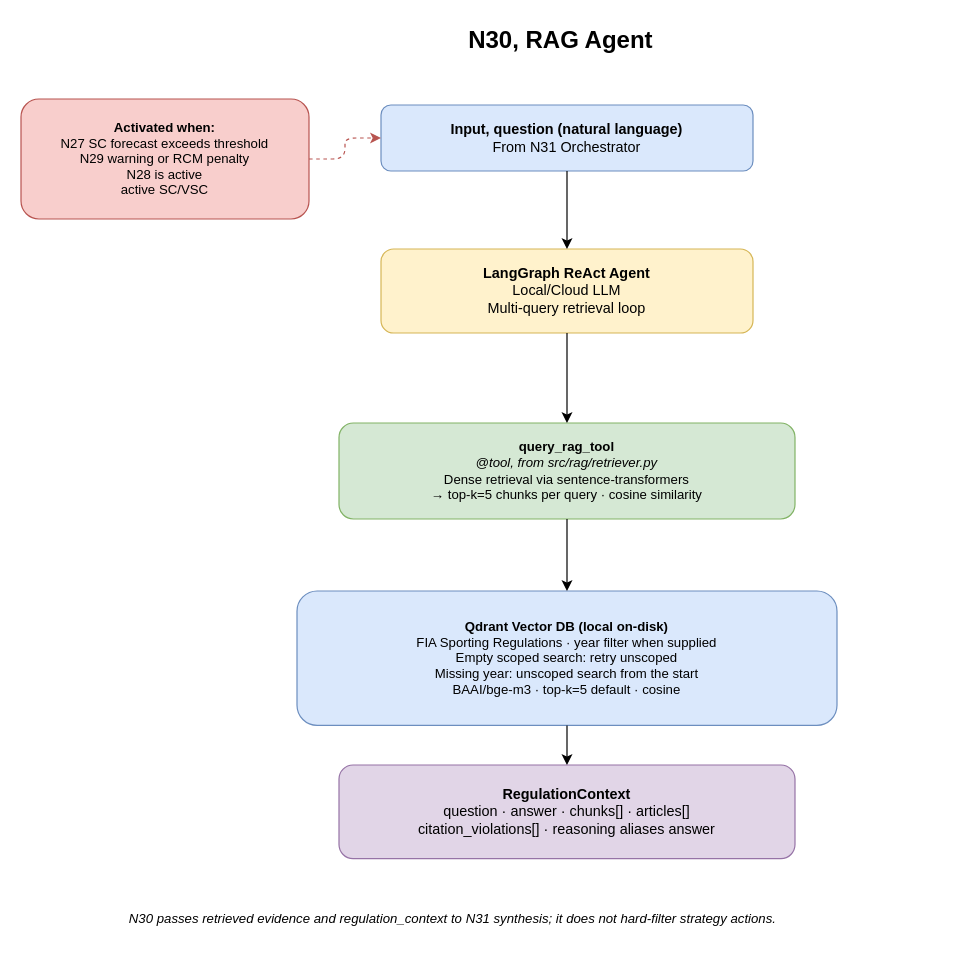
Earlier version of the draw.io diagram documents/dev_docs/diagrams/agents/N30_rag_agent.drawio (VforVitorio/F1-StratLab). Source tidied: cells renumbered, new cells numbered last; positions are measured from the earlier drawing's top-left corner, leaving out a move shared by most shapes. Both pictures are drawn from the tidied source at 120%, with x=0, y=0 at pixel (20, 20).
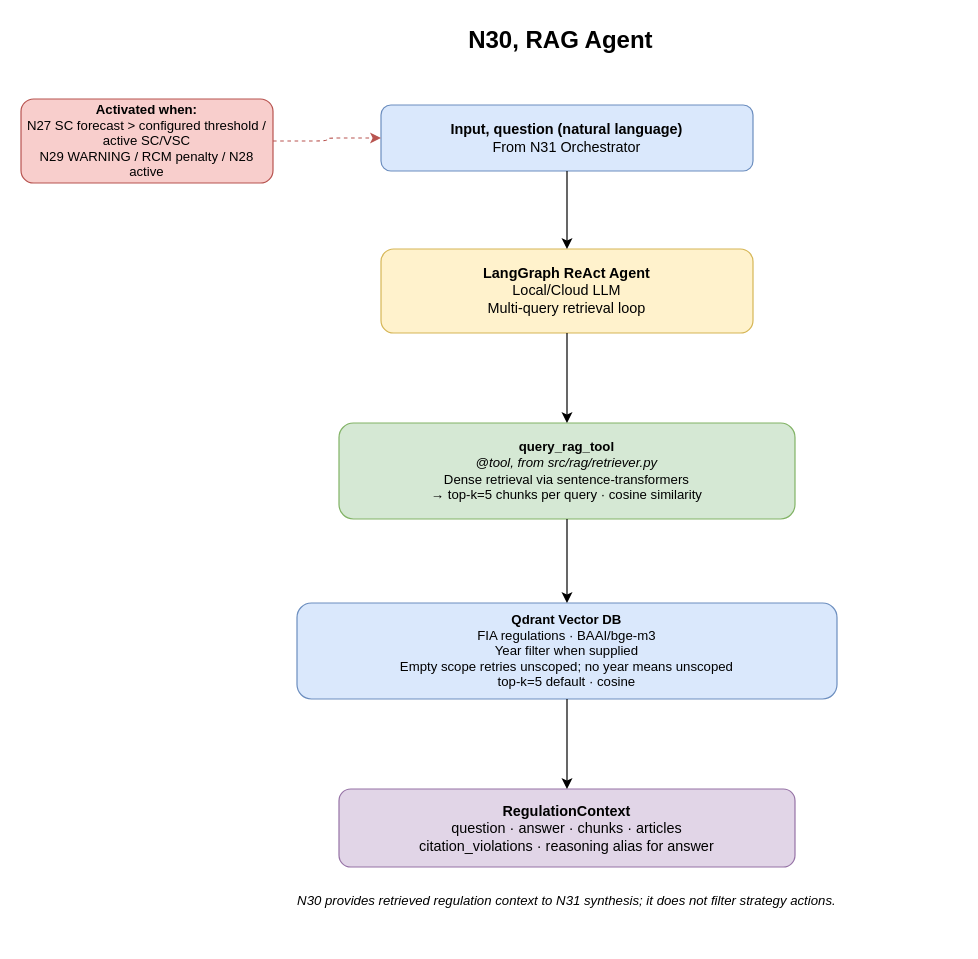
Above is the later version.

Change to the diagram source:
```diff
@@
 <mxGraphModel>
   <root>
     <mxCell id="0" />
     <mxCell id="1" parent="0" />
     <mxCell id="2" value="N30, RAG Agent" style="text;html=1;strokeColor=none;fillColor=none;align=center;verticalAlign=middle;whiteSpace=wrap;fontSize=20;fontStyle=1;" parent="1" vertex="1">
       <mxGeometry x="250" width="400" height="30" as="geometry" />
     </mxCell>
-    <mxCell id="3" value="&lt;b&gt;Activated when:&lt;/b&gt;&lt;br/&gt;N27 SC forecast exceeds threshold&lt;br/&gt;N29 warning or RCM penalty&lt;br/&gt;N28 is active&lt;br/&gt;active SC/VSC" style="rounded=1;whiteSpace=wrap;html=1;fillColor=#f8cecc;strokeColor=#b85450;fontSize=11;" parent="1" vertex="1">
-      <mxGeometry y="65" width="240" height="100" as="geometry" />
+    <mxCell id="3" value="&lt;b&gt;Activated when:&lt;/b&gt;&lt;br/&gt;N27 SC forecast &gt; configured threshold / active SC/VSC&lt;br/&gt;N29 WARNING / RCM penalty / N28 active" style="rounded=1;whiteSpace=wrap;html=1;fillColor=#f8cecc;strokeColor=#b85450;fontSize=11;" parent="1" vertex="1">
+      <mxGeometry y="65" width="210" height="70" as="geometry" />
     </mxCell>
     <mxCell id="4" value="&lt;b&gt;Input, question (natural language)&lt;/b&gt;&lt;br/&gt;From N31 Orchestrator" style="rounded=1;whiteSpace=wrap;html=1;fillColor=#dae8fc;strokeColor=#6c8ebf;" parent="1" vertex="1">
       <mxGeometry x="300" y="70" width="310" height="55" as="geometry" />
     </mxCell>
     <mxCell id="5" value="&lt;b&gt;LangGraph ReAct Agent&lt;/b&gt;&lt;br/&gt;Local/Cloud LLM&lt;br/&gt;Multi-query retrieval loop" style="rounded=1;whiteSpace=wrap;html=1;fillColor=#fff2cc;strokeColor=#d6b656;" parent="1" vertex="1">
       <mxGeometry x="300" y="190" width="310" height="70" as="geometry" />
     </mxCell>
     <mxCell id="6" value="&lt;b&gt;query_rag_tool&lt;/b&gt;&lt;br/&gt;&lt;i&gt;@tool, from src/rag/retriever.py&lt;/i&gt;&lt;br/&gt;Dense retrieval via sentence-transformers&lt;br/&gt;→ top-k=5 chunks per query · cosine similarity" style="rounded=1;whiteSpace=wrap;html=1;fillColor=#d5e8d4;strokeColor=#82b366;fontSize=11;" parent="1" vertex="1">
       <mxGeometry x="265" y="335" width="380" height="80" as="geometry" />
     </mxCell>
-    <mxCell id="7" value="&lt;b&gt;Qdrant Vector DB (local on-disk)&lt;/b&gt;&lt;br/&gt;FIA Sporting Regulations · year filter when supplied&lt;br/&gt;Empty scoped search: retry unscoped&lt;br/&gt;Missing year: unscoped search from the start&lt;br/&gt;BAAI/bge-m3 · top-k=5 default · cosine" style="rounded=1;whiteSpace=wrap;html=1;fillColor=#dae8fc;strokeColor=#6c8ebf;fontSize=11;" parent="1" vertex="1">
-      <mxGeometry x="230" y="475" width="450" height="112" as="geometry" />
+    <mxCell id="7" value="&lt;b&gt;Qdrant Vector DB&lt;/b&gt;&lt;br/&gt;FIA regulations · BAAI/bge-m3&lt;br/&gt;Year filter when supplied&lt;br/&gt;Empty scope retries unscoped; no year means unscoped&lt;br/&gt;top-k=5 default · cosine" style="rounded=1;whiteSpace=wrap;html=1;fillColor=#dae8fc;strokeColor=#6c8ebf;fontSize=11;" parent="1" vertex="1">
+      <mxGeometry x="230" y="485" width="450" height="80" as="geometry" />
     </mxCell>
-    <mxCell id="8" value="&lt;b&gt;RegulationContext&lt;/b&gt;&lt;br/&gt;question · answer · chunks[] · articles[]&lt;br/&gt;citation_violations[] · reasoning aliases answer" style="rounded=1;whiteSpace=wrap;html=1;fillColor=#e1d5e7;strokeColor=#9673a6;" parent="1" vertex="1">
-      <mxGeometry x="265" y="620" width="380" height="78" as="geometry" />
+    <mxCell id="8" value="&lt;b&gt;RegulationContext&lt;/b&gt;&lt;br/&gt;question · answer · chunks · articles&lt;br/&gt;citation_violations · reasoning alias for answer" style="rounded=1;whiteSpace=wrap;html=1;fillColor=#e1d5e7;strokeColor=#9673a6;" parent="1" vertex="1">
+      <mxGeometry x="265" y="640" width="380" height="65" as="geometry" />
     </mxCell>
-    <mxCell id="9" value="N30 passes retrieved evidence and regulation_context to N31 synthesis; it does not hard-filter strategy actions." style="text;html=1;strokeColor=none;fillColor=none;align=center;fontStyle=2;fontSize=11;whiteSpace=wrap;" parent="1" vertex="1">
-      <mxGeometry x="40" y="735" width="640" height="30" as="geometry" />
+    <mxCell id="9" value="N30 provides retrieved regulation context to N31 synthesis; it does not filter strategy actions." style="text;html=1;strokeColor=none;fillColor=none;align=center;fontStyle=2;fontSize=11;whiteSpace=wrap;" parent="1" vertex="1">
+      <mxGeometry x="130" y="720" width="650" height="20" as="geometry" />
     </mxCell>
     <mxCell id="10" style="edgeStyle=orthogonalEdgeStyle;dashed=1;strokeColor=#b85450;" parent="1" edge="1" source="3" target="4">
       <mxGeometry relative="1" as="geometry" />
     </mxCell>
     <mxCell id="11" style="edgeStyle=orthogonalEdgeStyle;" parent="1" edge="1" source="4" target="5">
       <mxGeometry relative="1" as="geometry" />
     </mxCell>
     <mxCell id="12" style="edgeStyle=orthogonalEdgeStyle;" parent="1" edge="1" source="5" target="6">
       <mxGeometry relative="1" as="geometry" />
     </mxCell>
     <mxCell id="13" style="edgeStyle=orthogonalEdgeStyle;" parent="1" edge="1" source="6" target="7">
       <mxGeometry relative="1" as="geometry" />
     </mxCell>
     <mxCell id="14" style="edgeStyle=orthogonalEdgeStyle;" parent="1" edge="1" source="7" target="8">
       <mxGeometry relative="1" as="geometry" />
     </mxCell>
   </root>
 </mxGraphModel>
```
